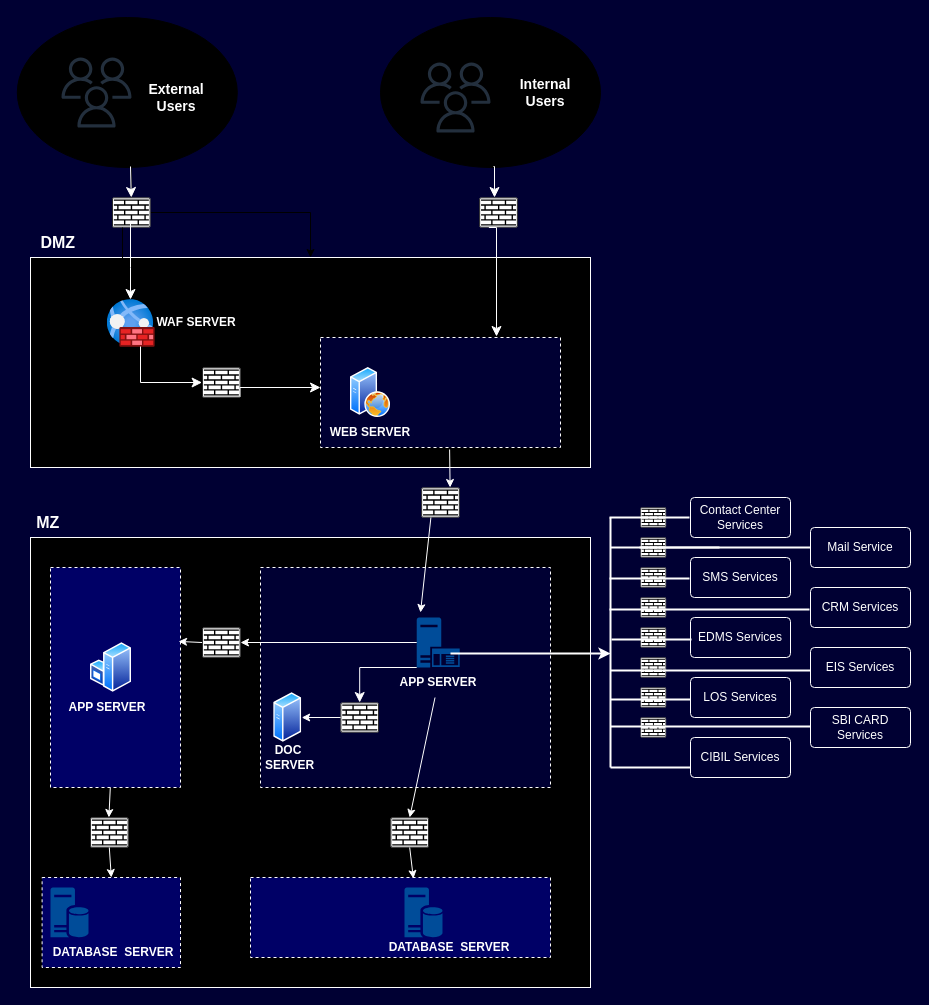
This is OCAS SNA Diagram.drawio from hansmukhdp/algo-trading, a draw.io file, before an edit. Source tidied: cells renumbered, new cells numbered last; positions are measured from the earlier drawing's top-left corner, leaving out a move shared by most shapes. Both pictures are drawn from the tidied source at 100%, with x=0, y=0 at pixel (17, 17).
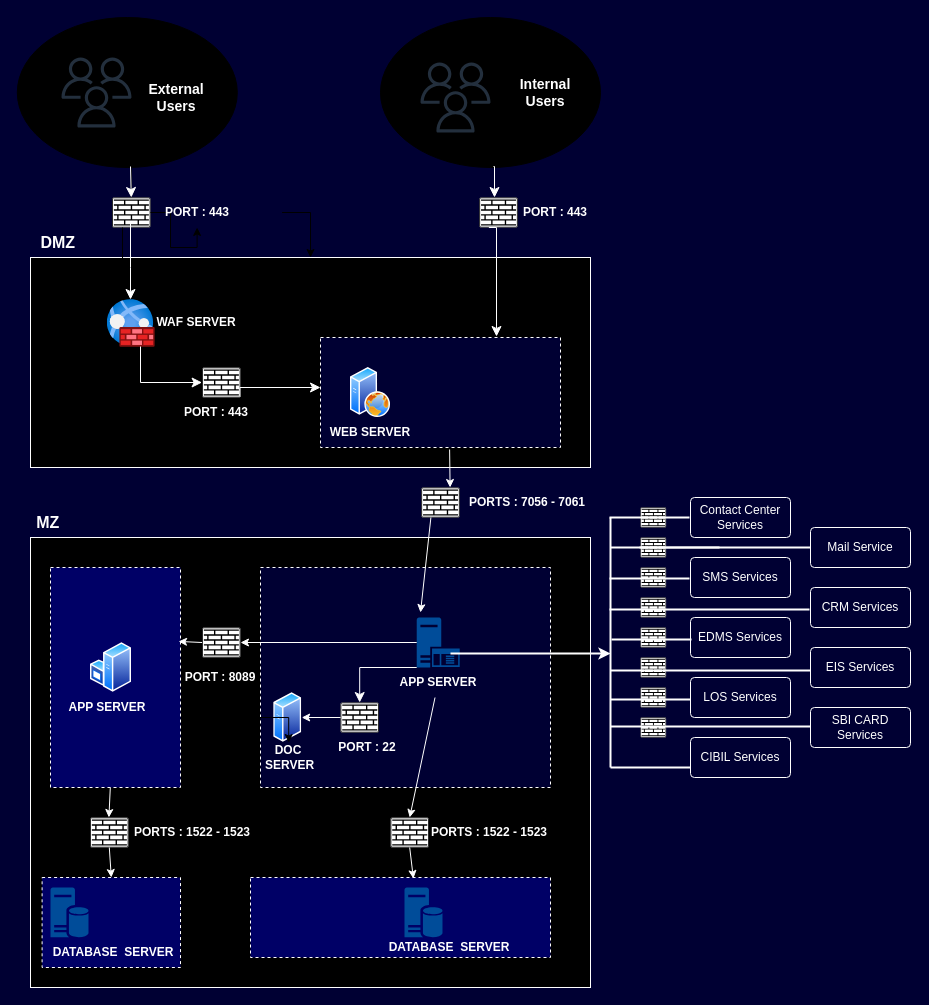
The same diagram, later.

The change refers to these unchanged cells:
```xml
<mxCell id="3" style="rounded=0;whiteSpace=wrap;html=1;labelBackgroundColor=none;fillColor=#000000;strokeColor=#FFFFFF;" parent="1" vertex="1">
  <mxGeometry x="13" y="240" width="560" height="210" as="geometry" />
</mxCell>
<mxCell id="38" style="sketch=0;points=[[0.015,0.015,0],[0.985,0.015,0],[0.985,0.985,0],[0.015,0.985,0],[0.25,0,0],[0.5,0,0],[0.75,0,0],[1,0.25,0],[1,0.5,0],[1,0.75,0],[0.75,1,0],[0.5,1,0],[0.25,1,0],[0,0.75,0],[0,0.5,0],[0,0.25,0]];verticalLabelPosition=bottom;html=1;verticalAlign=top;align=center;shape=mxgraph.cisco19.rect;prIcon=firewall;labelBackgroundColor=none;" parent="1" vertex="1">
  <mxGeometry x="94.6" y="180" width="38.4" height="30" as="geometry" />
</mxCell>
<mxCell id="84" value="DOC&lt;br&gt;&amp;nbsp;SERVER" style="text;html=1;align=center;verticalAlign=middle;whiteSpace=wrap;rounded=0;fontStyle=1;labelBackgroundColor=none;fontColor=#FFFFFF;fontSize=12;" parent="1" vertex="1">
  <mxGeometry x="240.4" y="725" width="61.6" height="30" as="geometry" />
</mxCell>
```

What changed in the source:
```diff
@@
-    <mxCell id="36" style="edgeStyle=orthogonalEdgeStyle;rounded=0;jettySize=auto;html=1;exitX=1;exitY=0.5;exitDx=0;exitDy=0;exitPerimeter=0;" parent="1" edge="1" source="38" target="3">
+    <mxCell id="36" style="edgeStyle=orthogonalEdgeStyle;rounded=0;jettySize=auto;html=1;exitX=1;exitY=0.5;exitDx=0;exitDy=0;exitPerimeter=0;" parent="1" edge="1" source="93" target="3">
       <mxGeometry relative="1" as="geometry" />
     </mxCell>
@@
+    <mxCell id="89" value="&lt;span style=&quot;&quot;&gt;PORTS : 1522 - 1523&lt;/span&gt;" style="text;html=1;align=center;verticalAlign=middle;whiteSpace=wrap;rounded=0;fontStyle=1;labelBackgroundColor=none;fontColor=#FFFFFF;fontSize=12;" parent="1" vertex="1">
+      <mxGeometry x="387" y="800" width="170" height="30" as="geometry" />
+    </mxCell>
+    <mxCell id="90" value="&lt;span style=&quot;&quot;&gt;PORTS : 1522 - 1523&lt;/span&gt;" style="text;html=1;align=center;verticalAlign=middle;whiteSpace=wrap;rounded=0;fontStyle=1;labelBackgroundColor=none;fontColor=#FFFFFF;fontSize=12;" parent="1" vertex="1">
+      <mxGeometry x="89.8" y="800" width="170" height="30" as="geometry" />
+    </mxCell>
+    <mxCell id="91" value="&lt;span style=&quot;&quot;&gt;PORTS : 7056 - 7061&lt;/span&gt;" style="text;html=1;align=center;verticalAlign=middle;whiteSpace=wrap;rounded=0;fontStyle=1;labelBackgroundColor=none;fontColor=#FFFFFF;fontSize=12;" parent="1" vertex="1">
+      <mxGeometry x="425" y="470" width="170" height="30" as="geometry" />
+    </mxCell>
+    <mxCell id="92" style="edgeStyle=orthogonalEdgeStyle;rounded=0;jettySize=auto;html=1;exitX=1;exitY=0.5;exitDx=0;exitDy=0;exitPerimeter=0;" parent="1" edge="1" source="38" target="93">
+      <mxGeometry relative="1" as="geometry" />
+    </mxCell>
+    <mxCell id="93" value="&lt;span style=&quot;&quot;&gt;PORT : 443&lt;/span&gt;" style="text;html=1;align=center;verticalAlign=middle;whiteSpace=wrap;rounded=0;fontStyle=1;labelBackgroundColor=none;fontColor=#FFFFFF;fontSize=12;" parent="1" vertex="1">
+      <mxGeometry x="94.6" y="180" width="170" height="30" as="geometry" />
+    </mxCell>
+    <mxCell id="94" value="&lt;span style=&quot;&quot;&gt;PORT : 443&lt;/span&gt;" style="text;html=1;align=center;verticalAlign=middle;whiteSpace=wrap;rounded=0;fontStyle=1;labelBackgroundColor=none;fontColor=#FFFFFF;fontSize=12;" parent="1" vertex="1">
+      <mxGeometry x="114.2" y="380" width="170" height="30" as="geometry" />
+    </mxCell>
+    <mxCell id="95" style="edgeStyle=orthogonalEdgeStyle;rounded=0;jettySize=auto;html=1;" parent="1" edge="1" source="96" target="84">
+      <mxGeometry relative="1" as="geometry" />
+    </mxCell>
+    <mxCell id="96" value="&lt;span style=&quot;&quot;&gt;PORT : 8089&lt;/span&gt;" style="text;html=1;align=center;verticalAlign=middle;whiteSpace=wrap;rounded=0;fontStyle=1;labelBackgroundColor=none;fontColor=#FFFFFF;fontSize=12;" parent="1" vertex="1">
+      <mxGeometry x="163" y="645" width="80" height="30" as="geometry" />
+    </mxCell>
+    <mxCell id="97" value="&lt;span style=&quot;&quot;&gt;PORT : 22&lt;/span&gt;" style="text;html=1;align=center;verticalAlign=middle;whiteSpace=wrap;rounded=0;fontStyle=1;labelBackgroundColor=none;fontColor=#FFFFFF;fontSize=12;" parent="1" vertex="1">
+      <mxGeometry x="264.6" y="715" width="170" height="30" as="geometry" />
+    </mxCell>
+    <mxCell id="98" value="&lt;span style=&quot;&quot;&gt;PORT : 443&lt;/span&gt;" style="text;html=1;align=center;verticalAlign=middle;whiteSpace=wrap;rounded=0;fontStyle=1;labelBackgroundColor=none;fontColor=#FFFFFF;fontSize=12;" parent="1" vertex="1">
+      <mxGeometry x="453" y="180" width="170" height="30" as="geometry" />
+    </mxCell>
```
